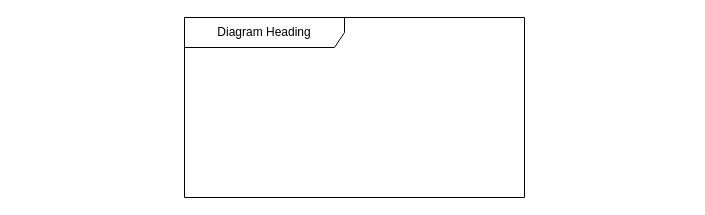
This is Untitled Diagram.drawio from ledanghoanganh/my-first-repo, a draw.io file, before an edit. Source tidied: cells renumbered, new cells numbered last; positions are measured from the earlier drawing's top-left corner, leaving out a move shared by most shapes. Both pictures are drawn from the tidied source at 100%, with x=0, y=0 at pixel (184, 17).
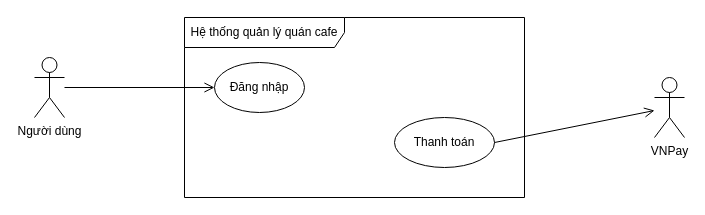
After the change.

Change to the diagram source:
```diff
@@
 <mxGraphModel>
   <root>
     <mxCell id="0" />
     <mxCell id="1" parent="0" />
-    <mxCell id="2" value="Diagram Heading" style="shape=umlFrame;whiteSpace=wrap;html=1;width=160;" parent="1" vertex="1">
+    <mxCell id="2" value="Hệ thống quản lý quán cafe" style="shape=umlFrame;whiteSpace=wrap;html=1;width=160;" parent="1" vertex="1">
       <mxGeometry width="340" height="180" as="geometry" />
     </mxCell>
+    <mxCell id="3" value="Đăng nhập" style="ellipse;html=1;whiteSpace=wrap;" parent="2" vertex="1">
+      <mxGeometry x="30" y="45" width="90" height="50" as="geometry" />
+    </mxCell>
+    <mxCell id="4" value="Thanh toán" style="ellipse;html=1;whiteSpace=wrap;" parent="2" vertex="1">
+      <mxGeometry x="210" y="100" width="100" height="50" as="geometry" />
+    </mxCell>
+    <mxCell id="5" value="Người dùng" style="shape=umlActor;verticalLabelPosition=bottom;verticalAlign=top;html=1;" parent="1" vertex="1">
+      <mxGeometry x="-150" y="40" width="30" height="60" as="geometry" />
+    </mxCell>
+    <mxCell id="6" value="VNPay" style="shape=umlActor;verticalLabelPosition=bottom;verticalAlign=top;html=1;" parent="1" vertex="1">
+      <mxGeometry x="470" y="60" width="30" height="60" as="geometry" />
+    </mxCell>
+    <mxCell id="7" style="endArrow=open;startArrow=none;endFill=0;startFill=0;endSize=8;html=1;verticalAlign=bottom;labelBackgroundColor=none;strokeWidth=1;rounded=0;entryX=0;entryY=0.5;entryDx=0;entryDy=0;" parent="1" edge="1" source="5" target="3">
+      <mxGeometry relative="1" as="geometry" />
+    </mxCell>
+    <mxCell id="8" style="endArrow=open;startArrow=none;endFill=0;startFill=0;endSize=8;html=1;verticalAlign=bottom;labelBackgroundColor=none;strokeWidth=1;rounded=0;exitX=1;exitY=0.5;exitDx=0;exitDy=0;" parent="1" edge="1" source="4" target="6">
+      <mxGeometry relative="1" as="geometry" />
+    </mxCell>
   </root>
 </mxGraphModel>
```
